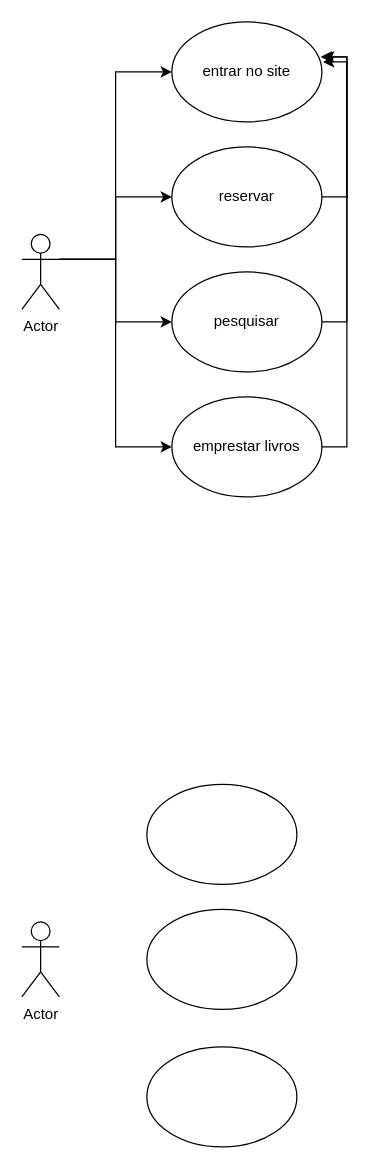
VTS2/boot keeps this draw.io diagram as Diagrama sem nome.drawio. Above is the earlier version. Source tidied: cells renumbered, new cells numbered last; positions are measured from the earlier drawing's top-left corner, leaving out a move shared by most shapes. Both pictures are drawn from the tidied source at 125%, with x=0, y=0 at pixel (21, 21).
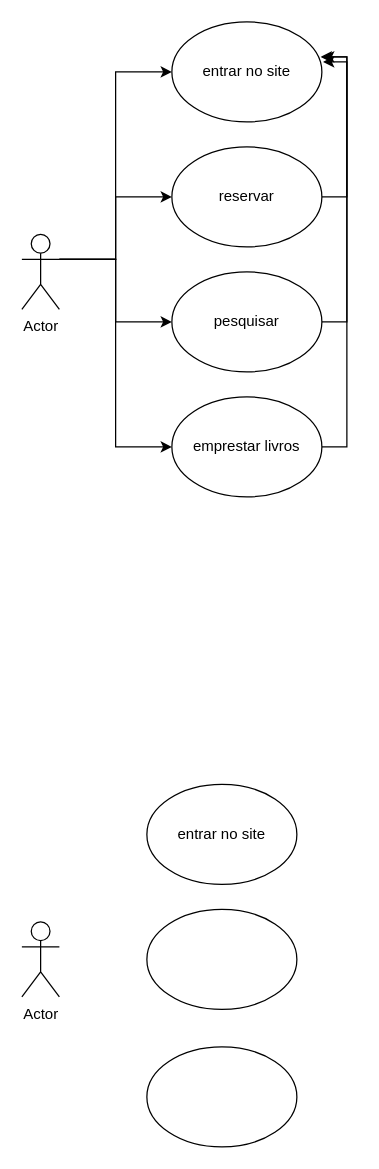
After the change.

Diff of the diagram source:
```diff
@@
 <mxGraphModel>
   <root>
     <mxCell id="0" />
     <mxCell id="1" parent="0" />
     <mxCell id="2" style="edgeStyle=orthogonalEdgeStyle;rounded=0;jettySize=auto;html=1;exitX=1;exitY=0.3333333333333333;exitDx=0;exitDy=0;exitPerimeter=0;entryX=0;entryY=0.5;entryDx=0;entryDy=0;" parent="1" edge="1" source="6" target="10">
       <mxGeometry relative="1" as="geometry" />
     </mxCell>
     <mxCell id="3" style="edgeStyle=orthogonalEdgeStyle;rounded=0;jettySize=auto;html=1;exitX=1;exitY=0.3333333333333333;exitDx=0;exitDy=0;exitPerimeter=0;entryX=0;entryY=0.5;entryDx=0;entryDy=0;" parent="1" edge="1" source="6" target="8">
       <mxGeometry relative="1" as="geometry" />
     </mxCell>
     <mxCell id="4" style="edgeStyle=orthogonalEdgeStyle;rounded=0;jettySize=auto;html=1;exitX=1;exitY=0.3333333333333333;exitDx=0;exitDy=0;exitPerimeter=0;entryX=0;entryY=0.5;entryDx=0;entryDy=0;" parent="1" edge="1" source="6" target="12">
       <mxGeometry relative="1" as="geometry" />
     </mxCell>
     <mxCell id="5" style="edgeStyle=orthogonalEdgeStyle;rounded=0;jettySize=auto;html=1;exitX=1;exitY=0.3333333333333333;exitDx=0;exitDy=0;exitPerimeter=0;entryX=0;entryY=0.5;entryDx=0;entryDy=0;" parent="1" edge="1" source="6" target="13">
       <mxGeometry relative="1" as="geometry" />
     </mxCell>
     <mxCell id="6" value="Actor" style="shape=umlActor;verticalLabelPosition=bottom;verticalAlign=top;html=1;outlineConnect=0;" parent="1" vertex="1">
       <mxGeometry y="170" width="30" height="60" as="geometry" />
     </mxCell>
     <mxCell id="7" style="edgeStyle=orthogonalEdgeStyle;rounded=0;jettySize=auto;html=1;exitX=1;exitY=0.5;exitDx=0;exitDy=0;entryX=1.008;entryY=0.4;entryDx=0;entryDy=0;entryPerimeter=0;" parent="1" edge="1" source="8" target="13">
       <mxGeometry relative="1" as="geometry" />
     </mxCell>
     <mxCell id="8" value="pesquisar" style="ellipse;whiteSpace=wrap;html=1;" parent="1" vertex="1">
       <mxGeometry x="120" y="200" width="120" height="80" as="geometry" />
     </mxCell>
     <mxCell id="9" style="edgeStyle=orthogonalEdgeStyle;rounded=0;jettySize=auto;html=1;exitX=1;exitY=0.5;exitDx=0;exitDy=0;entryX=0.992;entryY=0.35;entryDx=0;entryDy=0;entryPerimeter=0;" parent="1" edge="1" source="10" target="13">
       <mxGeometry relative="1" as="geometry" />
     </mxCell>
     <mxCell id="10" value="reservar" style="ellipse;whiteSpace=wrap;html=1;" parent="1" vertex="1">
       <mxGeometry x="120" y="100" width="120" height="80" as="geometry" />
     </mxCell>
     <mxCell id="11" style="edgeStyle=orthogonalEdgeStyle;rounded=0;jettySize=auto;html=1;exitX=1;exitY=0.5;exitDx=0;exitDy=0;entryX=1.008;entryY=0.35;entryDx=0;entryDy=0;entryPerimeter=0;" parent="1" edge="1" source="12" target="13">
       <mxGeometry relative="1" as="geometry" />
     </mxCell>
     <mxCell id="12" value="emprestar livros" style="ellipse;whiteSpace=wrap;html=1;" parent="1" vertex="1">
       <mxGeometry x="120" y="300" width="120" height="80" as="geometry" />
     </mxCell>
     <mxCell id="13" value="entrar no site" style="ellipse;whiteSpace=wrap;html=1;" parent="1" vertex="1">
       <mxGeometry x="120" width="120" height="80" as="geometry" />
     </mxCell>
     <mxCell id="14" value="Actor" style="shape=umlActor;verticalLabelPosition=bottom;verticalAlign=top;html=1;" parent="1" vertex="1">
       <mxGeometry y="720" width="30" height="60" as="geometry" />
     </mxCell>
-    <mxCell id="15" style="ellipse;whiteSpace=wrap;html=1;" parent="1" vertex="1">
+    <mxCell id="15" value="entrar no site" style="ellipse;whiteSpace=wrap;html=1;" parent="1" vertex="1">
       <mxGeometry x="100" y="610" width="120" height="80" as="geometry" />
     </mxCell>
     <mxCell id="16" style="ellipse;whiteSpace=wrap;html=1;" parent="1" vertex="1">
       <mxGeometry x="100" y="710" width="120" height="80" as="geometry" />
     </mxCell>
     <mxCell id="17" style="ellipse;whiteSpace=wrap;html=1;" parent="1" vertex="1">
       <mxGeometry x="100" y="820" width="120" height="80" as="geometry" />
     </mxCell>
   </root>
 </mxGraphModel>
```
